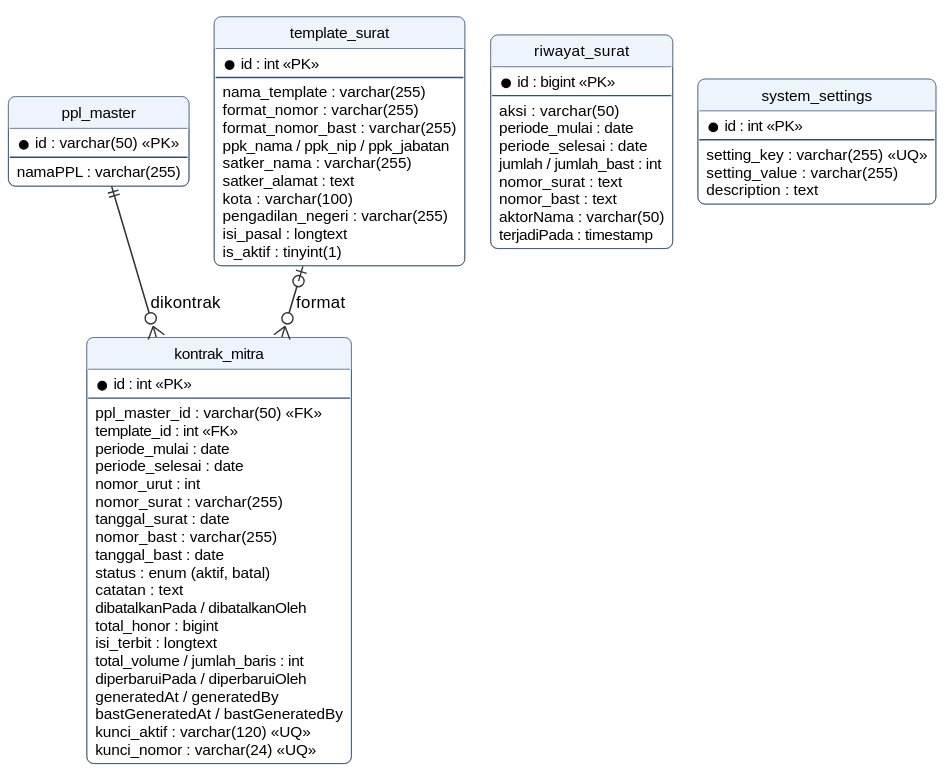
This is docs/diagram/out/erd-surat-pengaturan.svg from kharis5870/Kharisma, a PlantUML export, as it was before one commit.
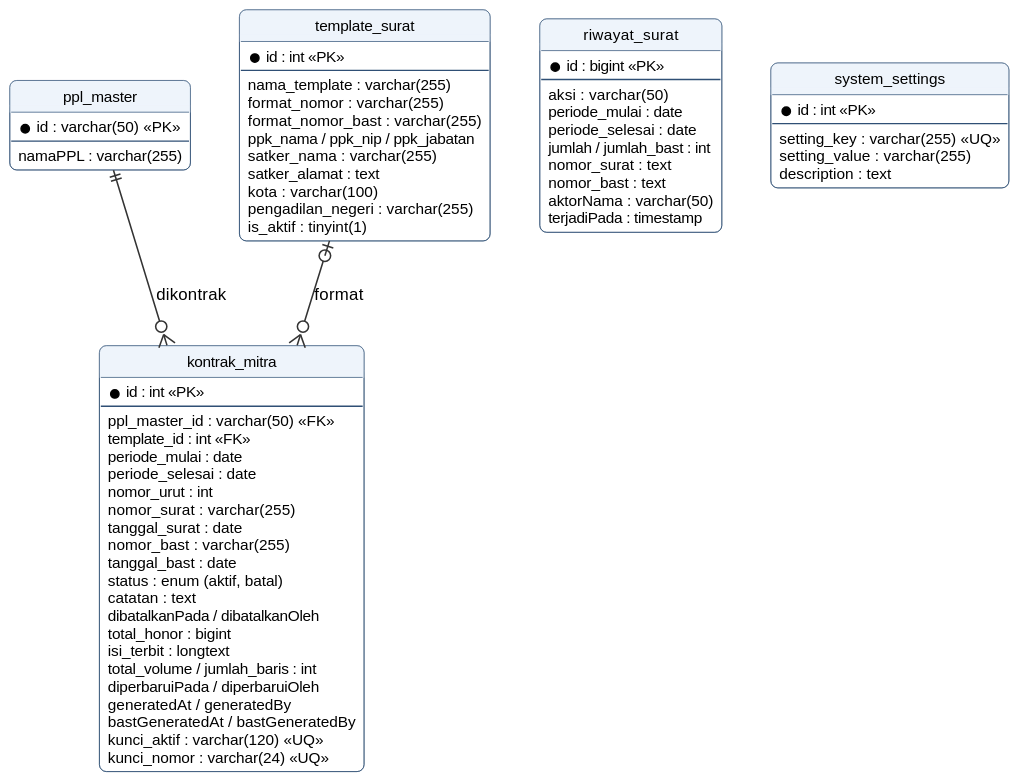
After the change.

What changed in the source:
```diff
@@ -45,7 +45,6 @@
   satker_alamat : text
   kota : varchar(100)
   pengadilan_negeri : varchar(255)
-  isi_pasal : longtext
   is_aktif : tinyint(1)
 }
 
```
